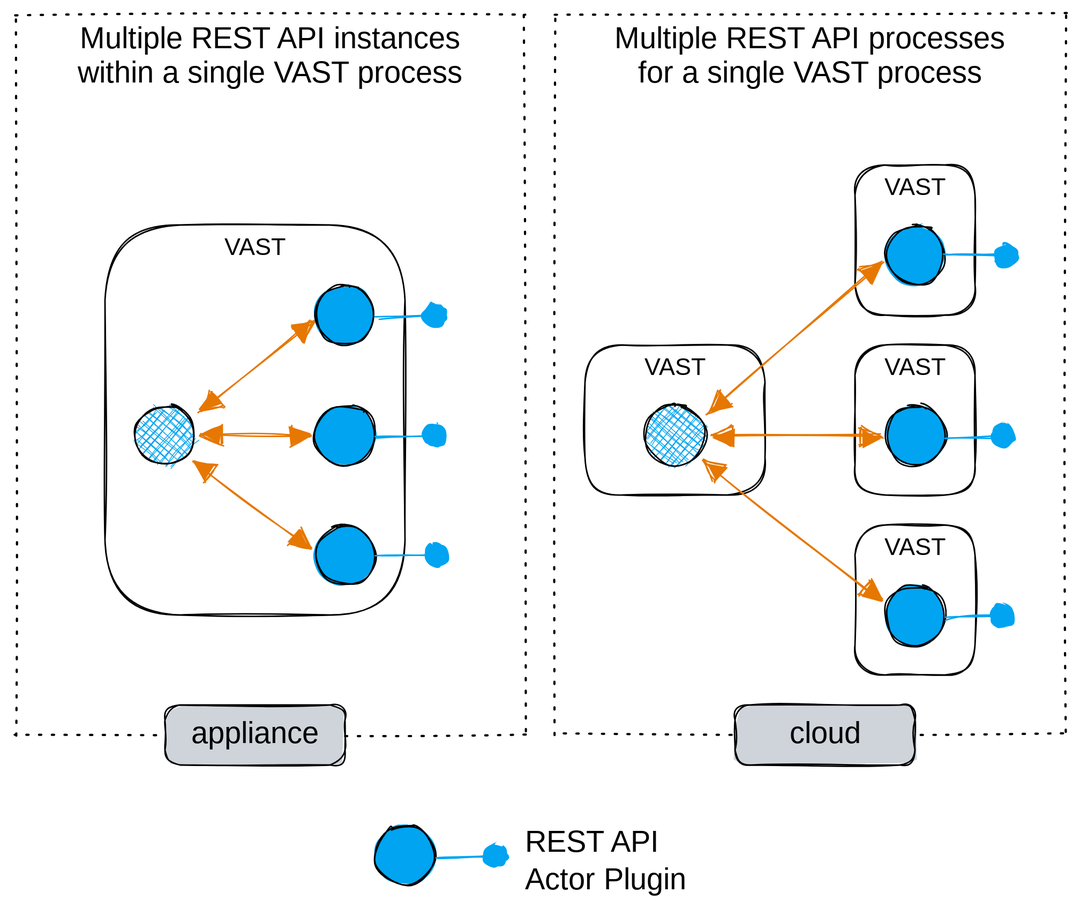
This is web/docs/use/integrate/rest-api/rest-api-deployment-multi.excalidraw.svg from tenzir/tenzir, a Excalidraw export, as it was before one commit. Source tidied: one line per element, renumbered; positions are measured from the earlier drawing's top-left corner, leaving out a move shared by most shapes. The source it was exported from:
```json
{"id": 0, "type": "rectangle", "strokeColor": "#000000", "strokeWidth": 1, "strokeStyle": "dotted", "roughness": 1, "x": 0, "y": 0, "width": 340, "height": 480}
{"id": 1, "type": "text", "text": "Multiple REST API instances\nwithin a single VAST process", "strokeColor": "#000000", "backgroundColor": "#00a4f1", "fillStyle": "cross-hatch", "strokeWidth": 1, "strokeStyle": "dotted", "roughness": 1, "fontSize": 20, "fontFamily": 1, "textAlign": "center", "inside": 0, "x": 26, "y": 5, "width": 288, "height": 46}
{"id": 2, "type": "rectangle", "strokeColor": "#000000", "strokeWidth": 1, "strokeStyle": "dotted", "roughness": 1, "x": 360, "y": 0, "width": 340, "height": 480}
{"id": 3, "type": "text", "text": "Multiple REST API processes\nfor a single VAST process", "strokeColor": "#000000", "backgroundColor": "#00a4f1", "fillStyle": "cross-hatch", "strokeWidth": 1, "strokeStyle": "dotted", "roughness": 1, "fontSize": 20, "fontFamily": 1, "textAlign": "center", "inside": 2, "x": 384, "y": 5, "width": 291, "height": 46}
{"id": 4, "type": "rectangle", "strokeColor": "#000000", "strokeWidth": 1, "roughness": 1, "round": true, "x": 380, "y": 220, "width": 120, "height": 100}
{"id": 5, "type": "text", "text": "VAST", "strokeColor": "#000000", "backgroundColor": "#ced4da", "fillStyle": "solid", "strokeWidth": 1, "roughness": 1, "fontSize": 16, "fontFamily": 1, "textAlign": "center", "round": true, "inside": 4, "x": 419, "y": 225, "width": 42, "height": 19}
{"id": 6, "type": "rectangle", "strokeColor": "#000000", "strokeWidth": 1, "roughness": 1, "round": true, "x": 60, "y": 140, "width": 200, "height": 260}
{"id": 7, "type": "text", "text": "VAST", "strokeColor": "#000000", "backgroundColor": "#ced4da", "fillStyle": "solid", "strokeWidth": 1, "roughness": 1, "fontSize": 16, "fontFamily": 1, "textAlign": "center", "round": true, "inside": 6, "x": 139, "y": 145, "width": 42, "height": 19}
{"id": 8, "type": "rectangle", "strokeColor": "#000000", "strokeWidth": 1, "roughness": 1, "round": true, "x": 560, "y": 100, "width": 80, "height": 100}
{"id": 9, "type": "rectangle", "strokeColor": "#000000", "strokeWidth": 1, "roughness": 1, "round": true, "x": 560, "y": 220, "width": 80, "height": 100}
{"id": 10, "type": "rectangle", "strokeColor": "#000000", "strokeWidth": 1, "roughness": 1, "round": true, "x": 560, "y": 340, "width": 80, "height": 100}
{"id": 11, "type": "text", "text": "VAST", "strokeColor": "#000000", "backgroundColor": "#ced4da", "fillStyle": "solid", "strokeWidth": 1, "roughness": 1, "fontSize": 16, "fontFamily": 1, "textAlign": "center", "round": true, "inside": 8, "x": 579, "y": 105, "width": 42, "height": 19}
{"id": 12, "type": "text", "text": "VAST", "strokeColor": "#000000", "backgroundColor": "#ced4da", "fillStyle": "solid", "strokeWidth": 1, "roughness": 1, "fontSize": 16, "fontFamily": 1, "textAlign": "center", "round": true, "inside": 9, "x": 579, "y": 225, "width": 42, "height": 19}
{"id": 13, "type": "text", "text": "VAST", "strokeColor": "#000000", "backgroundColor": "#ced4da", "fillStyle": "solid", "strokeWidth": 1, "roughness": 1, "fontSize": 16, "fontFamily": 1, "textAlign": "center", "round": true, "inside": 10, "x": 579, "y": 345, "width": 42, "height": 19}
{"id": 14, "type": "ellipse", "strokeColor": "#000000", "backgroundColor": "#00a4f1", "fillStyle": "cross-hatch", "strokeWidth": 1, "roughness": 1, "x": 420, "y": 260, "width": 40, "height": 40}
{"id": 15, "type": "arrow", "strokeColor": "#e67700", "backgroundColor": "#00a4f1", "fillStyle": "solid", "strokeWidth": 1, "roughness": 1, "startArrowhead": "triangle", "endArrowhead": "triangle", "from": 14, "to": 18, "x": 461, "y": 266, "width": 116, "height": 100, "points": [[0, 0], [116, -100]]}
{"id": 16, "type": "arrow", "strokeColor": "#e67700", "backgroundColor": "#00a4f1", "fillStyle": "solid", "strokeWidth": 1, "roughness": 1, "startArrowhead": "triangle", "endArrowhead": "triangle", "from": 14, "to": 19, "x": 466, "y": 280, "width": 112, "height": 0, "points": [[0, 0], [112, 0]]}
{"id": 17, "type": "arrow", "strokeColor": "#e67700", "backgroundColor": "#00a4f1", "fillStyle": "solid", "strokeWidth": 1, "roughness": 1, "startArrowhead": "triangle", "endArrowhead": "triangle", "from": 14, "to": 20, "x": 459, "y": 299, "width": 117, "height": 92, "points": [[0, 0], [117, 92]]}
{"id": 18, "type": "ellipse", "strokeColor": "#000000", "backgroundColor": "#00a4f1", "fillStyle": "solid", "strokeWidth": 1, "roughness": 1, "x": 580, "y": 140, "width": 40, "height": 40}
{"id": 19, "type": "ellipse", "strokeColor": "#000000", "backgroundColor": "#00a4f1", "fillStyle": "solid", "strokeWidth": 1, "roughness": 1, "x": 580, "y": 260, "width": 40, "height": 40}
{"id": 20, "type": "ellipse", "strokeColor": "#000000", "backgroundColor": "#00a4f1", "fillStyle": "solid", "strokeWidth": 1, "roughness": 1, "x": 580, "y": 380, "width": 40, "height": 40}
{"id": 21, "type": "ellipse", "strokeColor": "#000000", "backgroundColor": "#00a4f1", "fillStyle": "cross-hatch", "strokeWidth": 1, "roughness": 1, "x": 80, "y": 260, "width": 40, "height": 40}
{"id": 22, "type": "arrow", "strokeColor": "#e67700", "backgroundColor": "#00a4f1", "fillStyle": "solid", "strokeWidth": 1, "roughness": 1, "startArrowhead": "triangle", "endArrowhead": "triangle", "from": 21, "to": 25, "x": 123, "y": 265, "width": 76, "height": 61, "points": [[0, 0], [76, -61]]}
{"id": 23, "type": "arrow", "strokeColor": "#e67700", "backgroundColor": "#00a4f1", "fillStyle": "solid", "strokeWidth": 1, "roughness": 1, "startArrowhead": "triangle", "endArrowhead": "triangle", "from": 21, "to": 26, "x": 125, "y": 280, "width": 72, "height": 0, "points": [[0, 0], [72, 0]]}
{"id": 24, "type": "arrow", "strokeColor": "#e67700", "backgroundColor": "#00a4f1", "fillStyle": "solid", "strokeWidth": 1, "roughness": 1, "startArrowhead": "triangle", "endArrowhead": "triangle", "from": 21, "to": 27, "x": 119, "y": 298, "width": 77, "height": 58, "points": [[0, 0], [77, 58]]}
{"id": 25, "type": "ellipse", "strokeColor": "#000000", "backgroundColor": "#00a4f1", "fillStyle": "solid", "strokeWidth": 1, "roughness": 1, "x": 200, "y": 180, "width": 40, "height": 40}
{"id": 26, "type": "ellipse", "strokeColor": "#000000", "backgroundColor": "#00a4f1", "fillStyle": "solid", "strokeWidth": 1, "roughness": 1, "x": 200, "y": 260, "width": 40, "height": 40}
{"id": 27, "type": "ellipse", "strokeColor": "#000000", "backgroundColor": "#00a4f1", "fillStyle": "solid", "strokeWidth": 1, "roughness": 1, "x": 200, "y": 340, "width": 40, "height": 40}
{"id": 28, "type": "arrow", "strokeColor": "#00a4f1", "backgroundColor": "#00a4f1", "fillStyle": "solid", "strokeWidth": 1, "roughness": 1, "endArrowhead": "dot", "from": 18, "x": 620, "y": 160, "width": 40, "height": 0, "points": [[0, 0], [40, 0]]}
{"id": 29, "type": "arrow", "strokeColor": "#00a4f1", "backgroundColor": "#00a4f1", "fillStyle": "solid", "strokeWidth": 1, "roughness": 1, "endArrowhead": "dot", "from": 19, "to": 9, "x": 620, "y": 282, "width": 39, "height": 1, "points": [[0, 0], [39, -1]]}
{"id": 30, "type": "arrow", "strokeColor": "#00a4f1", "backgroundColor": "#00a4f1", "fillStyle": "solid", "strokeWidth": 1, "roughness": 1, "endArrowhead": "dot", "from": 20, "to": 10, "x": 620, "y": 402, "width": 39, "height": 1, "points": [[0, 0], [39, -1]]}
{"id": 31, "type": "arrow", "strokeColor": "#00a4f1", "backgroundColor": "#00a4f1", "fillStyle": "solid", "strokeWidth": 1, "roughness": 1, "endArrowhead": "dot", "from": 25, "to": 6, "x": 241, "y": 202, "width": 39, "height": 1, "points": [[0, 0], [39, -1]]}
{"id": 32, "type": "arrow", "strokeColor": "#00a4f1", "backgroundColor": "#00a4f1", "fillStyle": "solid", "strokeWidth": 1, "roughness": 1, "endArrowhead": "dot", "from": 26, "to": 6, "x": 242, "y": 281, "width": 39, "height": 1, "points": [[0, 0], [39, -1]]}
{"id": 33, "type": "arrow", "strokeColor": "#00a4f1", "backgroundColor": "#00a4f1", "fillStyle": "solid", "strokeWidth": 1, "roughness": 1, "endArrowhead": "dot", "from": 27, "to": 6, "x": 241, "y": 360, "width": 39, "height": 1, "points": [[0, 0], [39, -1]]}
{"id": 34, "type": "ellipse", "strokeColor": "#000000", "backgroundColor": "#00a4f1", "fillStyle": "solid", "strokeWidth": 1, "roughness": 1, "x": 240, "y": 540, "width": 40, "height": 40}
{"id": 35, "type": "arrow", "strokeColor": "#00a4f1", "backgroundColor": "#00a4f1", "fillStyle": "solid", "strokeWidth": 1, "roughness": 1, "endArrowhead": "dot", "from": 34, "x": 281, "y": 562, "width": 39, "height": 1, "points": [[0, 0], [39, -1]]}
{"id": 36, "type": "text", "text": "REST API\nActor Plugin", "strokeColor": "#000000", "backgroundColor": "#00a4f1", "fillStyle": "cross-hatch", "strokeWidth": 1, "strokeStyle": "dotted", "roughness": 1, "fontSize": 20, "fontFamily": 1, "x": 340, "y": 540, "width": 120, "height": 50}
{"id": 37, "type": "rectangle", "strokeColor": "#000000", "backgroundColor": "#ced4da", "fillStyle": "solid", "strokeWidth": 1, "roughness": 1, "round": true, "x": 480, "y": 460, "width": 120, "height": 40}
{"id": 38, "type": "text", "text": "cloud", "strokeColor": "#000000", "backgroundColor": "#fab005", "fillStyle": "cross-hatch", "strokeWidth": 1, "strokeStyle": "dotted", "roughness": 1, "fontSize": 20, "fontFamily": 1, "textAlign": "center", "verticalAlign": "middle", "inside": 37, "x": 517, "y": 468, "width": 46, "height": 23}
{"id": 39, "type": "rectangle", "strokeColor": "#000000", "backgroundColor": "#ced4da", "fillStyle": "solid", "strokeWidth": 1, "roughness": 1, "round": true, "x": 100, "y": 460, "width": 120, "height": 40}
{"id": 40, "type": "text", "text": "appliance", "strokeColor": "#000000", "backgroundColor": "#fab005", "fillStyle": "cross-hatch", "strokeWidth": 1, "strokeStyle": "dotted", "roughness": 1, "fontSize": 20, "fontFamily": 1, "textAlign": "center", "verticalAlign": "middle", "inside": 39, "x": 120, "y": 468, "width": 79, "height": 23}
```
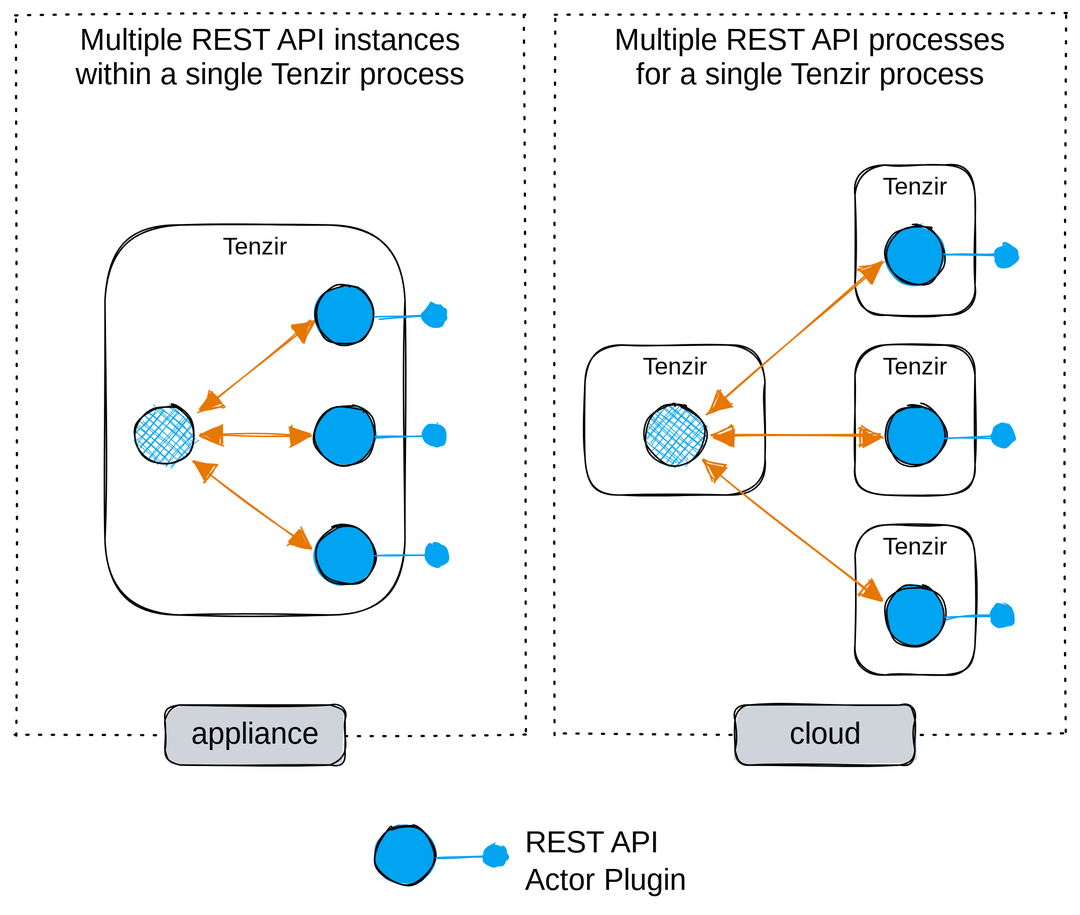
The same diagram one commit later.

Diff of the diagram source:
```diff
@@ -1,17 +1,17 @@
 {"id": 0, "type": "rectangle", "strokeColor": "#000000", "strokeWidth": 1, "strokeStyle": "dotted", "roughness": 1, "x": 0, "y": 0, "width": 340, "height": 480}
-{"id": 1, "type": "text", "text": "Multiple REST API instances\nwithin a single VAST process", "strokeColor": "#000000", "backgroundColor": "#00a4f1", "fillStyle": "cross-hatch", "strokeWidth": 1, "strokeStyle": "dotted", "roughness": 1, "fontSize": 20, "fontFamily": 1, "textAlign": "center", "inside": 0, "x": 26, "y": 5, "width": 288, "height": 46}
+{"id": 1, "type": "text", "text": "Multiple REST API instances\nwithin a single Tenzir process", "strokeColor": "#000000", "backgroundColor": "#00a4f1", "fillStyle": "cross-hatch", "strokeWidth": 1, "strokeStyle": "dotted", "roughness": 1, "fontSize": 20, "fontFamily": 1, "textAlign": "center", "inside": 0, "x": 26, "y": 5, "width": 289, "height": 46}
 {"id": 2, "type": "rectangle", "strokeColor": "#000000", "strokeWidth": 1, "strokeStyle": "dotted", "roughness": 1, "x": 360, "y": 0, "width": 340, "height": 480}
-{"id": 3, "type": "text", "text": "Multiple REST API processes\nfor a single VAST process", "strokeColor": "#000000", "backgroundColor": "#00a4f1", "fillStyle": "cross-hatch", "strokeWidth": 1, "strokeStyle": "dotted", "roughness": 1, "fontSize": 20, "fontFamily": 1, "textAlign": "center", "inside": 2, "x": 384, "y": 5, "width": 291, "height": 46}
+{"id": 3, "type": "text", "text": "Multiple REST API processes\nfor a single Tenzir process", "strokeColor": "#000000", "backgroundColor": "#00a4f1", "fillStyle": "cross-hatch", "strokeWidth": 1, "strokeStyle": "dotted", "roughness": 1, "fontSize": 20, "fontFamily": 1, "textAlign": "center", "inside": 2, "x": 385, "y": 5, "width": 290, "height": 46}
 {"id": 4, "type": "rectangle", "strokeColor": "#000000", "strokeWidth": 1, "roughness": 1, "round": true, "x": 380, "y": 220, "width": 120, "height": 100}
-{"id": 5, "type": "text", "text": "VAST", "strokeColor": "#000000", "backgroundColor": "#ced4da", "fillStyle": "solid", "strokeWidth": 1, "roughness": 1, "fontSize": 16, "fontFamily": 1, "textAlign": "center", "round": true, "inside": 4, "x": 419, "y": 225, "width": 42, "height": 19}
+{"id": 5, "type": "text", "text": "Tenzir", "strokeColor": "#000000", "backgroundColor": "#ced4da", "fillStyle": "solid", "strokeWidth": 1, "roughness": 1, "fontSize": 16, "fontFamily": 1, "textAlign": "center", "round": true, "inside": 4, "x": 416, "y": 225, "width": 49, "height": 19}
 {"id": 6, "type": "rectangle", "strokeColor": "#000000", "strokeWidth": 1, "roughness": 1, "round": true, "x": 60, "y": 140, "width": 200, "height": 260}
-{"id": 7, "type": "text", "text": "VAST", "strokeColor": "#000000", "backgroundColor": "#ced4da", "fillStyle": "solid", "strokeWidth": 1, "roughness": 1, "fontSize": 16, "fontFamily": 1, "textAlign": "center", "round": true, "inside": 6, "x": 139, "y": 145, "width": 42, "height": 19}
+{"id": 7, "type": "text", "text": "Tenzir", "strokeColor": "#000000", "backgroundColor": "#ced4da", "fillStyle": "solid", "strokeWidth": 1, "roughness": 1, "fontSize": 16, "fontFamily": 1, "textAlign": "center", "round": true, "inside": 6, "x": 136, "y": 145, "width": 49, "height": 19}
 {"id": 8, "type": "rectangle", "strokeColor": "#000000", "strokeWidth": 1, "roughness": 1, "round": true, "x": 560, "y": 100, "width": 80, "height": 100}
 {"id": 9, "type": "rectangle", "strokeColor": "#000000", "strokeWidth": 1, "roughness": 1, "round": true, "x": 560, "y": 220, "width": 80, "height": 100}
 {"id": 10, "type": "rectangle", "strokeColor": "#000000", "strokeWidth": 1, "roughness": 1, "round": true, "x": 560, "y": 340, "width": 80, "height": 100}
-{"id": 11, "type": "text", "text": "VAST", "strokeColor": "#000000", "backgroundColor": "#ced4da", "fillStyle": "solid", "strokeWidth": 1, "roughness": 1, "fontSize": 16, "fontFamily": 1, "textAlign": "center", "round": true, "inside": 8, "x": 579, "y": 105, "width": 42, "height": 19}
+{"id": 11, "type": "text", "text": "Tenzir", "strokeColor": "#000000", "backgroundColor": "#ced4da", "fillStyle": "solid", "strokeWidth": 1, "roughness": 1, "fontSize": 16, "fontFamily": 1, "textAlign": "center", "round": true, "inside": 8, "x": 576, "y": 105, "width": 49, "height": 19}
-{"id": 12, "type": "text", "text": "VAST", "strokeColor": "#000000", "backgroundColor": "#ced4da", "fillStyle": "solid", "strokeWidth": 1, "roughness": 1, "fontSize": 16, "fontFamily": 1, "textAlign": "center", "round": true, "inside": 9, "x": 579, "y": 225, "width": 42, "height": 19}
+{"id": 12, "type": "text", "text": "Tenzir", "strokeColor": "#000000", "backgroundColor": "#ced4da", "fillStyle": "solid", "strokeWidth": 1, "roughness": 1, "fontSize": 16, "fontFamily": 1, "textAlign": "center", "round": true, "inside": 9, "x": 576, "y": 225, "width": 49, "height": 19}
-{"id": 13, "type": "text", "text": "VAST", "strokeColor": "#000000", "backgroundColor": "#ced4da", "fillStyle": "solid", "strokeWidth": 1, "roughness": 1, "fontSize": 16, "fontFamily": 1, "textAlign": "center", "round": true, "inside": 10, "x": 579, "y": 345, "width": 42, "height": 19}
+{"id": 13, "type": "text", "text": "Tenzir", "strokeColor": "#000000", "backgroundColor": "#ced4da", "fillStyle": "solid", "strokeWidth": 1, "roughness": 1, "fontSize": 16, "fontFamily": 1, "textAlign": "center", "round": true, "inside": 10, "x": 576, "y": 345, "width": 49, "height": 19}
 {"id": 14, "type": "ellipse", "strokeColor": "#000000", "backgroundColor": "#00a4f1", "fillStyle": "cross-hatch", "strokeWidth": 1, "roughness": 1, "x": 420, "y": 260, "width": 40, "height": 40}
 {"id": 15, "type": "arrow", "strokeColor": "#e67700", "backgroundColor": "#00a4f1", "fillStyle": "solid", "strokeWidth": 1, "roughness": 1, "startArrowhead": "triangle", "endArrowhead": "triangle", "from": 14, "to": 18, "x": 461, "y": 266, "width": 116, "height": 100, "points": [[0, 0], [116, -100]]}
 {"id": 16, "type": "arrow", "strokeColor": "#e67700", "backgroundColor": "#00a4f1", "fillStyle": "solid", "strokeWidth": 1, "roughness": 1, "startArrowhead": "triangle", "endArrowhead": "triangle", "from": 14, "to": 19, "x": 466, "y": 280, "width": 112, "height": 0, "points": [[0, 0], [112, 0]]}
```
